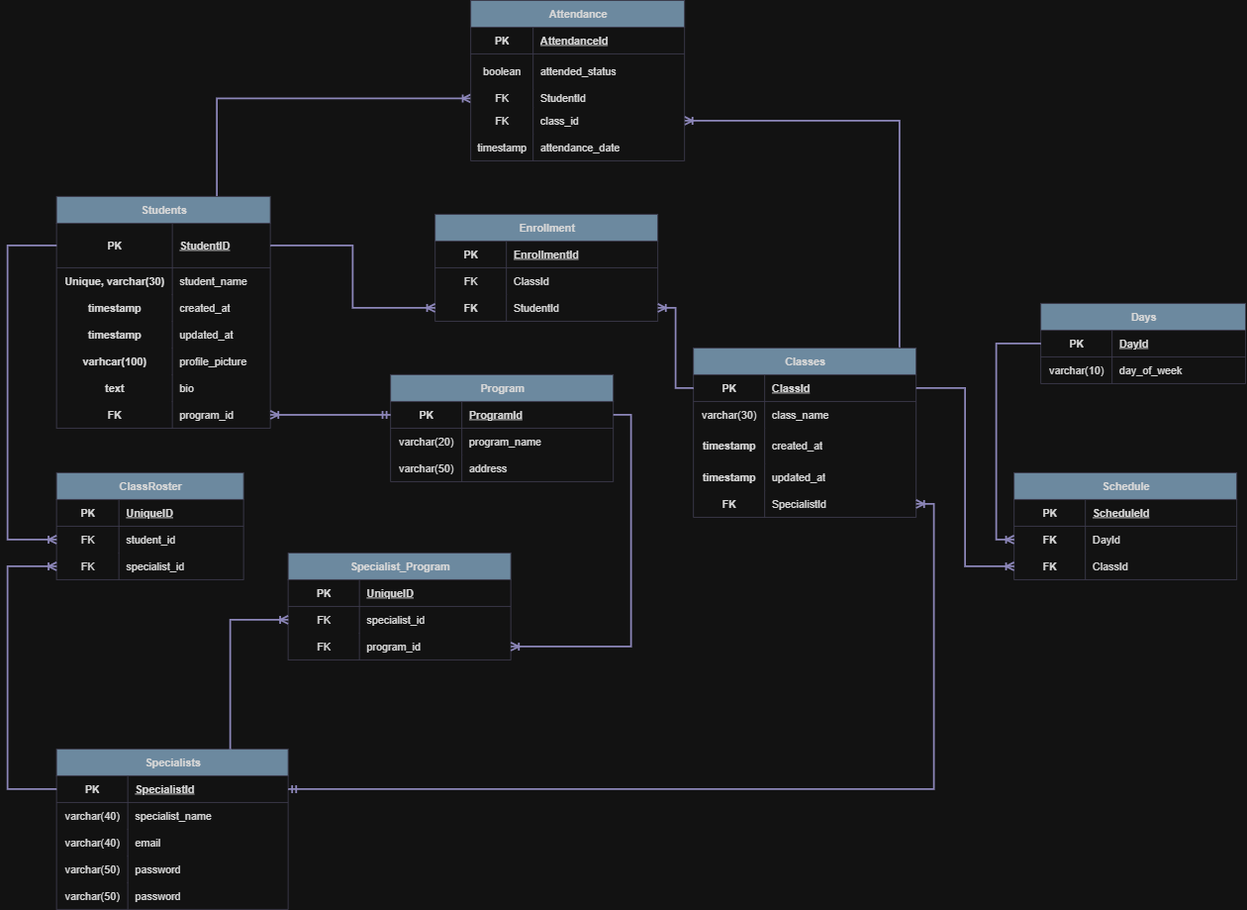
This is AttendanceTrackerApp/docs/diagrams/attendance tracker schema diagram.png from darienmiller88/AttendanceTracker, a draw.io export, as it was before one commit. Source tidied: cells renumbered, new cells last; positions are measured from the earlier drawing's top-left corner, leaving out a move shared by most shapes.
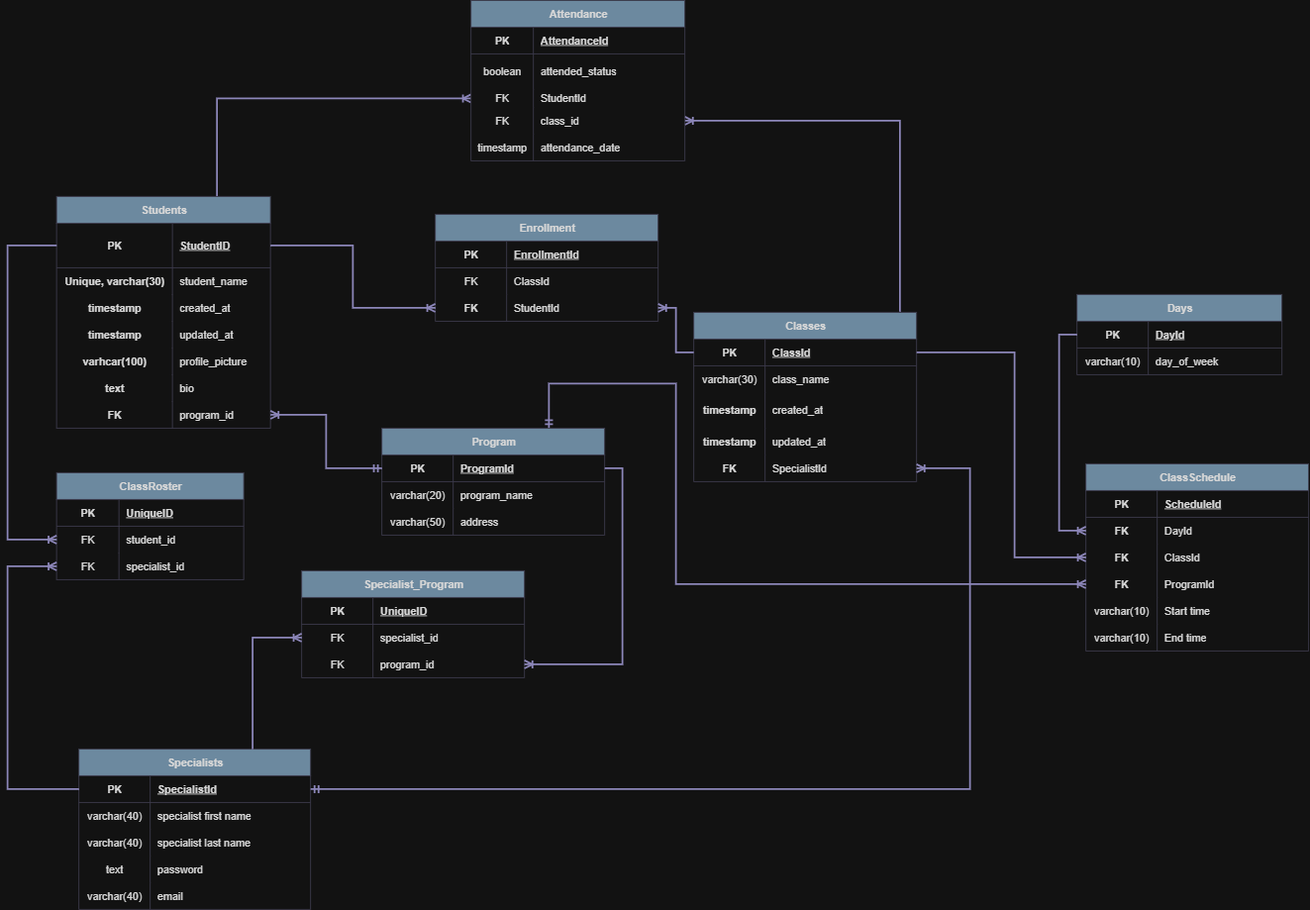
The same file after the commit.

Commit message:
chore: updated schema diagram for class schedule

What changed in the source:
```diff
@@ -6,7 +6,7 @@
       <mxGeometry relative="1" as="geometry" />
     </mxCell>
     <mxCell id="3" value="Classes" style="shape=table;startSize=30;rowLines=0;fontStyle=1;align=center;html=1;labelBackgroundColor=none;fillColor=#5D7F99;strokeColor=#D0CEE2;fontColor=#1A1A1A;" parent="1" vertex="1">
-      <mxGeometry x="770" y="390" width="250" height="190" as="geometry" />
+      <mxGeometry x="770" y="350" width="250" height="190" as="geometry" />
     </mxCell>
     <mxCell id="4" style="shape=tableRow;horizontal=0;startSize=0;swimlaneHead=0;swimlaneBody=0;fillColor=none;points=[[0,0.5],[1,0.5]];portConstraint=eastwest;top=0;left=0;right=0;bottom=1;labelBackgroundColor=none;strokeColor=#D0CEE2;fontColor=#1A1A1A;" parent="3" vertex="1">
       <mxGeometry y="30" width="250" height="30" as="geometry" />
@@ -171,7 +171,7 @@
       <mxGeometry x="70" width="170" height="30" as="geometry" />
     </mxCell>
     <mxCell id="58" value="Specialists" style="shape=table;startSize=30;rowLines=0;fontStyle=1;align=center;html=1;labelBackgroundColor=none;fillColor=#5D7F99;strokeColor=#D0CEE2;fontColor=#1A1A1A;" parent="1" vertex="1">
-      <mxGeometry x="55" y="840" width="260" height="180" as="geometry" />
+      <mxGeometry x="80" y="840" width="260" height="180" as="geometry" />
     </mxCell>
     <mxCell id="59" style="shape=tableRow;horizontal=0;startSize=0;swimlaneHead=0;swimlaneBody=0;fillColor=none;points=[[0,0.5],[1,0.5]];portConstraint=eastwest;top=0;left=0;right=0;bottom=1;labelBackgroundColor=none;strokeColor=#D0CEE2;fontColor=#1A1A1A;" parent="58" vertex="1">
       <mxGeometry y="30" width="260" height="30" as="geometry" />
@@ -188,7 +188,7 @@
     <mxCell id="63" value="varchar(40)" style="shape=partialRectangle;fillColor=none;top=0;left=0;bottom=0;right=0;overflow=hidden;whiteSpace=wrap;html=1;labelBackgroundColor=none;strokeColor=#D0CEE2;fontColor=#1A1A1A;" parent="62" vertex="1">
       <mxGeometry width="80" height="30" as="geometry" />
     </mxCell>
-    <mxCell id="64" value="specialist_name" style="shape=partialRectangle;fillColor=none;top=0;left=0;bottom=0;right=0;align=left;spacingLeft=6;overflow=hidden;whiteSpace=wrap;html=1;labelBackgroundColor=none;strokeColor=#D0CEE2;fontColor=#1A1A1A;" parent="62" vertex="1">
+    <mxCell id="64" value="specialist first name" style="shape=partialRectangle;fillColor=none;top=0;left=0;bottom=0;right=0;align=left;spacingLeft=6;overflow=hidden;whiteSpace=wrap;html=1;labelBackgroundColor=none;strokeColor=#D0CEE2;fontColor=#1A1A1A;" parent="62" vertex="1">
       <mxGeometry x="80" width="180" height="30" as="geometry" />
     </mxCell>
     <mxCell id="65" style="shape=tableRow;horizontal=0;startSize=0;swimlaneHead=0;swimlaneBody=0;fillColor=none;top=0;left=0;right=0;bottom=0;labelBackgroundColor=none;strokeColor=#D0CEE2;fontColor=#1A1A1A;" parent="58" vertex="1">
@@ -197,13 +197,13 @@
     <mxCell id="66" value="varchar(40)" style="shape=partialRectangle;fillColor=none;top=0;left=0;bottom=0;right=0;overflow=hidden;whiteSpace=wrap;html=1;labelBackgroundColor=none;strokeColor=#D0CEE2;fontColor=#1A1A1A;" parent="65" vertex="1">
       <mxGeometry width="80" height="30" as="geometry" />
     </mxCell>
-    <mxCell id="67" value="email" style="shape=partialRectangle;fillColor=none;top=0;left=0;bottom=0;right=0;align=left;spacingLeft=6;overflow=hidden;whiteSpace=wrap;html=1;labelBackgroundColor=none;strokeColor=#D0CEE2;fontColor=#1A1A1A;" parent="65" vertex="1">
+    <mxCell id="67" value="specialist last name" style="shape=partialRectangle;fillColor=none;top=0;left=0;bottom=0;right=0;align=left;spacingLeft=6;overflow=hidden;whiteSpace=wrap;html=1;labelBackgroundColor=none;strokeColor=#D0CEE2;fontColor=#1A1A1A;" parent="65" vertex="1">
       <mxGeometry x="80" width="180" height="30" as="geometry" />
     </mxCell>
     <mxCell id="68" style="shape=tableRow;horizontal=0;startSize=0;swimlaneHead=0;swimlaneBody=0;fillColor=none;top=0;left=0;right=0;bottom=0;labelBackgroundColor=none;strokeColor=#D0CEE2;fontColor=#1A1A1A;" parent="58" vertex="1">
       <mxGeometry y="120" width="260" height="30" as="geometry" />
     </mxCell>
-    <mxCell id="69" value="varchar(50)" style="shape=partialRectangle;fillColor=none;top=0;left=0;bottom=0;right=0;overflow=hidden;whiteSpace=wrap;html=1;labelBackgroundColor=none;strokeColor=#D0CEE2;fontColor=#1A1A1A;" parent="68" vertex="1">
+    <mxCell id="69" value="text" style="shape=partialRectangle;fillColor=none;top=0;left=0;bottom=0;right=0;overflow=hidden;whiteSpace=wrap;html=1;labelBackgroundColor=none;strokeColor=#D0CEE2;fontColor=#1A1A1A;" parent="68" vertex="1">
       <mxGeometry width="80" height="30" as="geometry" />
     </mxCell>
     <mxCell id="70" value="password" style="shape=partialRectangle;fillColor=none;top=0;left=0;bottom=0;right=0;align=left;spacingLeft=6;overflow=hidden;whiteSpace=wrap;html=1;labelBackgroundColor=none;strokeColor=#D0CEE2;fontColor=#1A1A1A;" parent="68" vertex="1">
@@ -212,14 +212,14 @@
     <mxCell id="71" style="shape=tableRow;horizontal=0;startSize=0;swimlaneHead=0;swimlaneBody=0;fillColor=none;top=0;left=0;right=0;bottom=0;labelBackgroundColor=none;strokeColor=#D0CEE2;fontColor=#1A1A1A;" parent="58" vertex="1">
       <mxGeometry y="150" width="260" height="30" as="geometry" />
     </mxCell>
-    <mxCell id="72" value="varchar(50)" style="shape=partialRectangle;fillColor=none;top=0;left=0;bottom=0;right=0;overflow=hidden;whiteSpace=wrap;html=1;labelBackgroundColor=none;strokeColor=#D0CEE2;fontColor=#1A1A1A;" parent="71" vertex="1">
-      <mxGeometry width="80" height="30" as="geometry" />
-    </mxCell>
-    <mxCell id="73" value="password" style="shape=partialRectangle;fillColor=none;top=0;left=0;bottom=0;right=0;align=left;spacingLeft=6;overflow=hidden;whiteSpace=wrap;html=1;labelBackgroundColor=none;strokeColor=#D0CEE2;fontColor=#1A1A1A;" parent="71" vertex="1">
-      <mxGeometry x="80" width="180" height="30" as="geometry" />
-    </mxCell>
+    <mxCell id="141" value="varchar(40)" style="shape=partialRectangle;fillColor=none;top=0;left=0;bottom=0;right=0;overflow=hidden;whiteSpace=wrap;html=1;labelBackgroundColor=none;strokeColor=#D0CEE2;fontColor=#1A1A1A;" parent="71" vertex="1">
+      <mxGeometry width="80" height="30" as="geometry" />
+    </mxCell>
+    <mxCell id="142" value="email" style="shape=partialRectangle;fillColor=none;top=0;left=0;bottom=0;right=0;align=left;spacingLeft=6;overflow=hidden;whiteSpace=wrap;html=1;labelBackgroundColor=none;strokeColor=#D0CEE2;fontColor=#1A1A1A;" parent="71" vertex="1">
+      <mxGeometry x="80" width="180" height="30" as="geometry" />
+    </mxCell>
     <mxCell id="74" value="Days" style="shape=table;startSize=30;rowLines=0;fontStyle=1;align=center;html=1;labelBackgroundColor=none;fillColor=#5D7F99;strokeColor=#D0CEE2;fontColor=#1A1A1A;" parent="1" vertex="1">
-      <mxGeometry x="1160" y="340" width="230" height="90" as="geometry" />
+      <mxGeometry x="1200" y="330" width="230" height="90" as="geometry" />
     </mxCell>
     <mxCell id="75" style="shape=tableRow;horizontal=0;startSize=0;swimlaneHead=0;swimlaneBody=0;fillColor=none;top=0;left=0;right=0;bottom=1;labelBackgroundColor=none;strokeColor=#D0CEE2;fontColor=#1A1A1A;" parent="74" vertex="1">
       <mxGeometry y="30" width="230" height="30" as="geometry" />
@@ -318,8 +318,8 @@
         </Array>
       </mxGeometry>
     </mxCell>
-    <mxCell id="104" value="Schedule" style="shape=table;startSize=30;rowLines=0;fontStyle=1;align=center;html=1;labelBackgroundColor=none;fillColor=#5D7F99;strokeColor=#D0CEE2;fontColor=#1A1A1A;" parent="1" vertex="1">
-      <mxGeometry x="1130" y="530" width="250" height="120" as="geometry" />
+    <mxCell id="104" value="ClassSchedule" style="shape=table;startSize=30;rowLines=0;fontStyle=1;align=center;html=1;labelBackgroundColor=none;fillColor=#5D7F99;strokeColor=#D0CEE2;fontColor=#1A1A1A;" parent="1" vertex="1">
+      <mxGeometry x="1210" y="520" width="250" height="210" as="geometry" />
     </mxCell>
     <mxCell id="105" style="shape=tableRow;horizontal=0;startSize=0;swimlaneHead=0;swimlaneBody=0;fillColor=none;top=0;left=0;right=0;bottom=1;labelBackgroundColor=none;strokeColor=#D0CEE2;fontColor=#1A1A1A;" parent="104" vertex="1">
       <mxGeometry y="30" width="250" height="30" as="geometry" />
@@ -339,17 +339,49 @@
     <mxCell id="110" value="DayId" style="shape=partialRectangle;fillColor=none;top=0;left=0;bottom=0;right=0;align=left;spacingLeft=6;overflow=hidden;whiteSpace=wrap;html=1;labelBackgroundColor=none;strokeColor=#D0CEE2;fontColor=#1A1A1A;" parent="108" vertex="1">
       <mxGeometry x="80" width="170" height="30" as="geometry" />
     </mxCell>
+    <mxCell id="143" style="shape=tableRow;horizontal=0;startSize=0;swimlaneHead=0;swimlaneBody=0;fillColor=none;points=[[0,0.5],[1,0.5]];portConstraint=eastwest;top=0;left=0;right=0;bottom=0;labelBackgroundColor=none;strokeColor=#D0CEE2;fontColor=#1A1A1A;" parent="104" vertex="1">
+      <mxGeometry y="90" width="250" height="30" as="geometry" />
+    </mxCell>
+    <mxCell id="144" value="&lt;b&gt;FK&lt;/b&gt;" style="shape=partialRectangle;fillColor=none;top=0;left=0;bottom=0;right=0;overflow=hidden;whiteSpace=wrap;html=1;labelBackgroundColor=none;strokeColor=#D0CEE2;fontColor=#1A1A1A;" parent="143" vertex="1">
+      <mxGeometry width="80" height="30" as="geometry" />
+    </mxCell>
+    <mxCell id="145" value="ClassId" style="shape=partialRectangle;fillColor=none;top=0;left=0;bottom=0;right=0;align=left;spacingLeft=6;overflow=hidden;whiteSpace=wrap;html=1;labelBackgroundColor=none;strokeColor=#D0CEE2;fontColor=#1A1A1A;" parent="143" vertex="1">
+      <mxGeometry x="80" width="170" height="30" as="geometry" />
+    </mxCell>
     <mxCell id="111" style="shape=tableRow;horizontal=0;startSize=0;swimlaneHead=0;swimlaneBody=0;fillColor=none;points=[[0,0.5],[1,0.5]];portConstraint=eastwest;top=0;left=0;right=0;bottom=0;labelBackgroundColor=none;strokeColor=#D0CEE2;fontColor=#1A1A1A;" parent="104" vertex="1">
-      <mxGeometry y="90" width="250" height="30" as="geometry" />
+      <mxGeometry y="120" width="250" height="30" as="geometry" />
     </mxCell>
     <mxCell id="112" value="&lt;b&gt;FK&lt;/b&gt;" style="shape=partialRectangle;fillColor=none;top=0;left=0;bottom=0;right=0;overflow=hidden;whiteSpace=wrap;html=1;labelBackgroundColor=none;strokeColor=#D0CEE2;fontColor=#1A1A1A;" parent="111" vertex="1">
       <mxGeometry width="80" height="30" as="geometry" />
     </mxCell>
-    <mxCell id="113" value="ClassId" style="shape=partialRectangle;fillColor=none;top=0;left=0;bottom=0;right=0;align=left;spacingLeft=6;overflow=hidden;whiteSpace=wrap;html=1;labelBackgroundColor=none;strokeColor=#D0CEE2;fontColor=#1A1A1A;" parent="111" vertex="1">
+    <mxCell id="113" value="ProgramId" style="shape=partialRectangle;fillColor=none;top=0;left=0;bottom=0;right=0;align=left;spacingLeft=6;overflow=hidden;whiteSpace=wrap;html=1;labelBackgroundColor=none;strokeColor=#D0CEE2;fontColor=#1A1A1A;" parent="111" vertex="1">
       <mxGeometry x="80" width="170" height="30" as="geometry" />
     </mxCell>
+    <mxCell id="146" style="shape=tableRow;horizontal=0;startSize=0;swimlaneHead=0;swimlaneBody=0;fillColor=none;top=0;left=0;right=0;bottom=0;labelBackgroundColor=none;strokeColor=#D0CEE2;fontColor=#1A1A1A;" parent="104" vertex="1">
+      <mxGeometry y="150" width="250" height="30" as="geometry" />
+    </mxCell>
+    <mxCell id="147" value="varchar(10)" style="shape=partialRectangle;fillColor=none;top=0;left=0;bottom=0;right=0;overflow=hidden;whiteSpace=wrap;html=1;labelBackgroundColor=none;strokeColor=#D0CEE2;fontColor=#1A1A1A;" parent="146" vertex="1">
+      <mxGeometry width="80" height="30" as="geometry" />
+    </mxCell>
+    <mxCell id="148" value="Start time" style="shape=partialRectangle;fillColor=none;top=0;left=0;bottom=0;right=0;align=left;spacingLeft=6;overflow=hidden;whiteSpace=wrap;html=1;labelBackgroundColor=none;strokeColor=#D0CEE2;fontColor=#1A1A1A;" parent="146" vertex="1">
+      <mxGeometry x="80" width="170" height="30" as="geometry" />
+    </mxCell>
+    <mxCell id="149" style="shape=tableRow;horizontal=0;startSize=0;swimlaneHead=0;swimlaneBody=0;fillColor=none;top=0;left=0;right=0;bottom=0;labelBackgroundColor=none;strokeColor=#D0CEE2;fontColor=#1A1A1A;" parent="104" vertex="1">
+      <mxGeometry y="180" width="250" height="30" as="geometry" />
+    </mxCell>
+    <mxCell id="150" value="varchar(10)" style="shape=partialRectangle;fillColor=none;top=0;left=0;bottom=0;right=0;overflow=hidden;whiteSpace=wrap;html=1;labelBackgroundColor=none;strokeColor=#D0CEE2;fontColor=#1A1A1A;" parent="149" vertex="1">
+      <mxGeometry width="80" height="30" as="geometry" />
+    </mxCell>
+    <mxCell id="151" value="End time" style="shape=partialRectangle;fillColor=none;top=0;left=0;bottom=0;right=0;align=left;spacingLeft=6;overflow=hidden;whiteSpace=wrap;html=1;labelBackgroundColor=none;strokeColor=#D0CEE2;fontColor=#1A1A1A;" parent="149" vertex="1">
+      <mxGeometry x="80" width="170" height="30" as="geometry" />
+    </mxCell>
-    <mxCell id="114" style="edgeStyle=orthogonalEdgeStyle;rounded=0;jettySize=auto;html=1;exitX=1;exitY=0.5;exitDx=0;exitDy=0;entryX=0;entryY=0.5;entryDx=0;entryDy=0;strokeColor=#736CA8;fontColor=#1A1A1A;strokeWidth=2;endArrow=ERoneToMany;endFill=0;" parent="1" edge="1" source="4" target="111">
-      <mxGeometry relative="1" as="geometry" />
+    <mxCell id="114" style="edgeStyle=orthogonalEdgeStyle;rounded=0;jettySize=auto;html=1;exitX=1;exitY=0.5;exitDx=0;exitDy=0;entryX=0;entryY=0.5;entryDx=0;entryDy=0;strokeColor=#736CA8;fontColor=#1A1A1A;strokeWidth=2;endArrow=ERoneToMany;endFill=0;" parent="1" edge="1" source="4" target="143">
+      <mxGeometry relative="1" as="geometry">
+        <Array as="points">
+          <mxPoint x="1130" y="395" />
+          <mxPoint x="1130" y="625" />
+        </Array>
+      </mxGeometry>
     </mxCell>
     <mxCell id="115" style="edgeStyle=orthogonalEdgeStyle;rounded=0;jettySize=auto;html=1;exitX=0;exitY=0.5;exitDx=0;exitDy=0;entryX=1;entryY=0.5;entryDx=0;entryDy=0;strokeColor=#736CA8;fontColor=#1A1A1A;strokeWidth=2;endArrow=ERoneToMany;endFill=0;" parent="1" edge="1" source="4" target="99">
       <mxGeometry relative="1" as="geometry" />
@@ -358,7 +390,7 @@
       <mxGeometry relative="1" as="geometry" />
     </mxCell>
     <mxCell id="117" value="Specialist_Program" style="shape=table;startSize=30;rowLines=0;fontStyle=1;align=center;html=1;strokeColor=#D0CEE2;fontColor=#1A1A1A;fillColor=#5D7F99;" parent="1" vertex="1">
-      <mxGeometry x="315" y="620" width="250" height="120" as="geometry" />
+      <mxGeometry x="330" y="640" width="250" height="120" as="geometry" />
     </mxCell>
     <mxCell id="118" style="shape=tableRow;horizontal=0;startSize=0;swimlaneHead=0;swimlaneBody=0;fillColor=none;top=0;left=0;right=0;bottom=1;strokeColor=#D0CEE2;fontColor=#1A1A1A;" parent="117" vertex="1">
       <mxGeometry y="30" width="250" height="30" as="geometry" />
@@ -387,8 +419,17 @@
     <mxCell id="126" value="program_id" style="shape=partialRectangle;fillColor=none;top=0;left=0;bottom=0;right=0;align=left;spacingLeft=6;overflow=hidden;whiteSpace=wrap;html=1;strokeColor=#D0CEE2;fontColor=#1A1A1A;" parent="124" vertex="1">
       <mxGeometry x="80" width="170" height="30" as="geometry" />
     </mxCell>
+    <mxCell id="152" style="edgeStyle=orthogonalEdgeStyle;rounded=0;jettySize=auto;html=1;entryX=0;entryY=0.5;entryDx=0;entryDy=0;strokeColor=#736CA8;fontColor=#1A1A1A;strokeWidth=2;endArrow=ERoneToMany;endFill=0;startArrow=ERmandOne;startFill=0;exitX=0.75;exitY=0;exitDx=0;exitDy=0;" parent="1" edge="1" source="127" target="111">
+      <mxGeometry relative="1" as="geometry">
+        <Array as="points">
+          <mxPoint x="608" y="430" />
+          <mxPoint x="750" y="430" />
+          <mxPoint x="750" y="655" />
+        </Array>
+      </mxGeometry>
+    </mxCell>
     <mxCell id="127" value="Program" style="shape=table;startSize=30;rowLines=0;fontStyle=1;align=center;html=1;strokeColor=#D0CEE2;fontColor=#1A1A1A;fillColor=#5D7F99;" parent="1" vertex="1">
-      <mxGeometry x="430" y="420" width="250" height="120" as="geometry" />
+      <mxGeometry x="420" y="480" width="250" height="120" as="geometry" />
     </mxCell>
     <mxCell id="128" style="shape=tableRow;horizontal=0;startSize=0;swimlaneHead=0;swimlaneBody=0;fillColor=none;points=[[0,0.5],[1,0.5]];portConstraint=eastwest;top=0;left=0;right=0;bottom=1;strokeColor=#D0CEE2;fontColor=#1A1A1A;" parent="127" vertex="1">
       <mxGeometry y="30" width="250" height="30" as="geometry" />
@@ -427,7 +468,12 @@
       <mxGeometry relative="1" as="geometry" />
     </mxCell>
     <mxCell id="140" style="edgeStyle=orthogonalEdgeStyle;rounded=0;jettySize=auto;html=1;exitX=1;exitY=0.5;exitDx=0;exitDy=0;entryX=1;entryY=0.5;entryDx=0;entryDy=0;strokeColor=#736CA8;fontColor=#1A1A1A;strokeWidth=2;endArrow=ERoneToMany;endFill=0;startArrow=ERmandOne;startFill=0;" parent="1" edge="1" source="59" target="16">
-      <mxGeometry relative="1" as="geometry" />
+      <mxGeometry relative="1" as="geometry">
+        <Array as="points">
+          <mxPoint x="1080" y="885" />
+          <mxPoint x="1080" y="525" />
+        </Array>
+      </mxGeometry>
     </mxCell>
   </root>
 </mxGraphModel>
```
